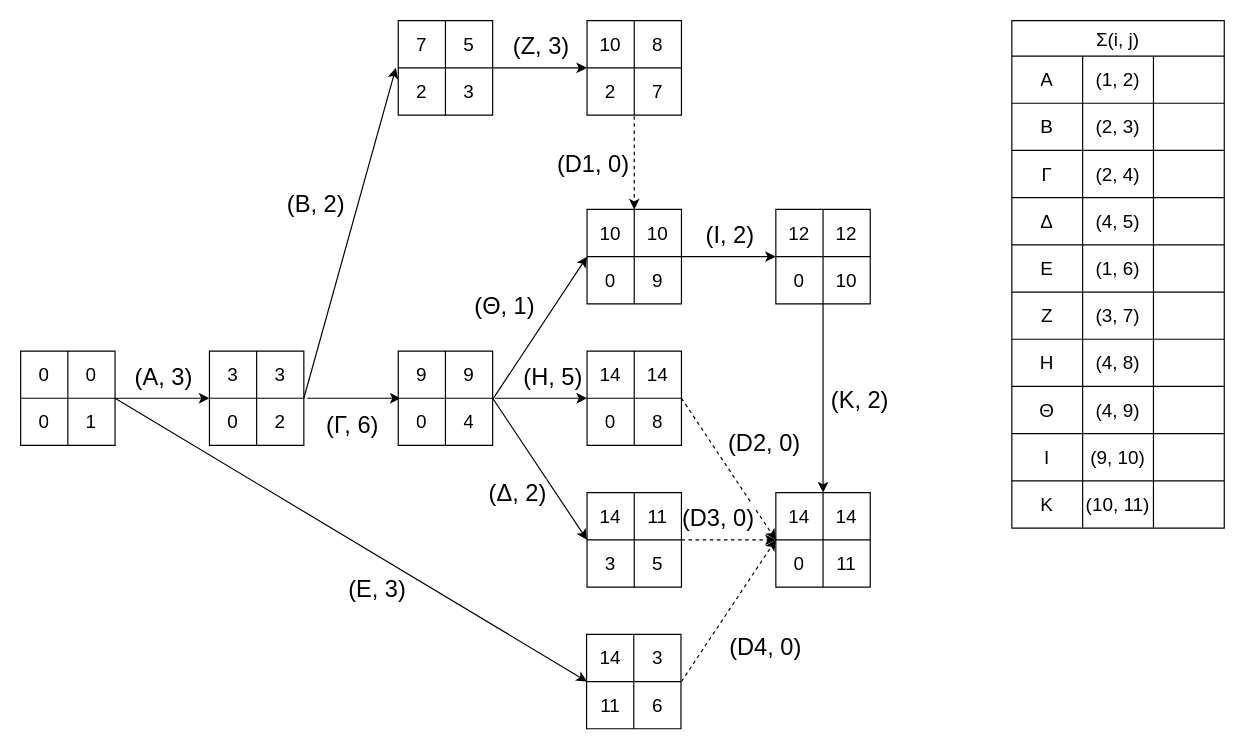
This is BI - task 4.drawio from asimakiskydros/University-Projects, a draw.io file, before an edit. Source tidied: cells renumbered, new cells numbered last; positions are measured from the earlier drawing's top-left corner, leaving out a move shared by most shapes. Both pictures are drawn from the tidied source at 118%, with x=0, y=0 at pixel (20, 20).
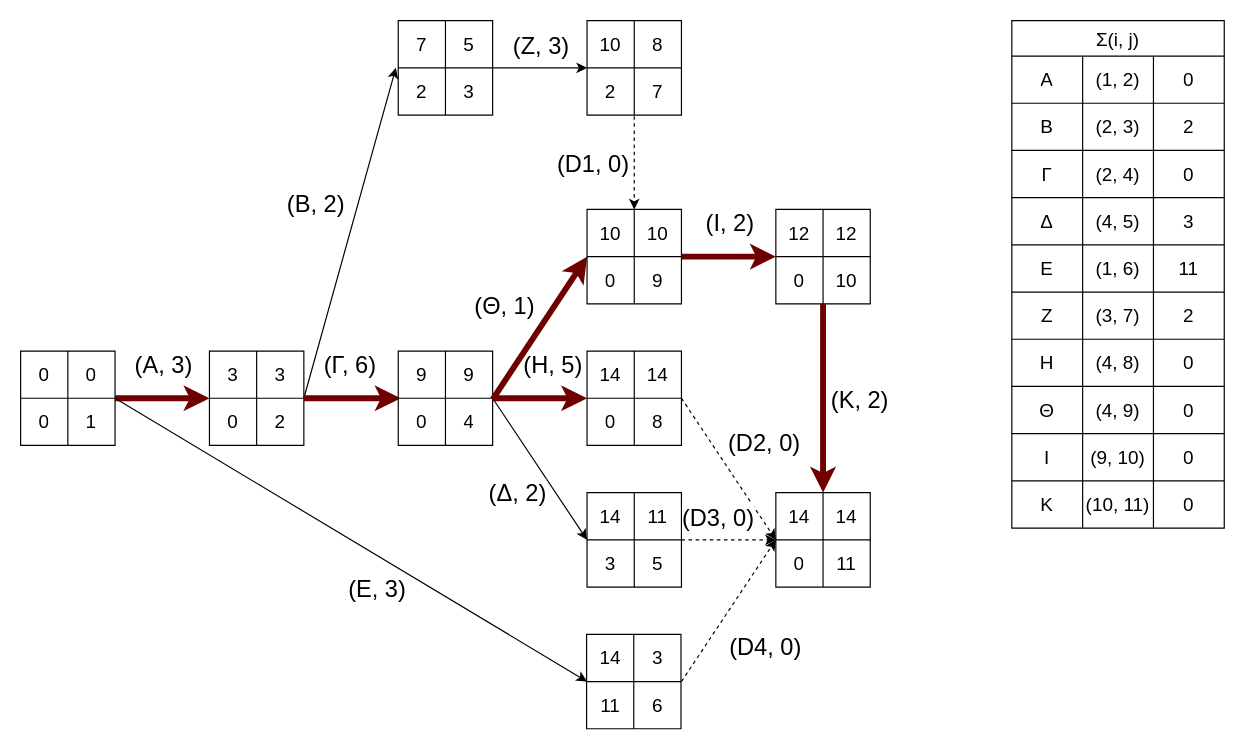
The same page after the edit.

The change refers to these unchanged cells:
```xml
<mxCell id="6" style="shape=tableRow;horizontal=0;startSize=0;swimlaneHead=0;swimlaneBody=0;strokeColor=inherit;top=0;left=0;bottom=0;right=0;fillColor=none;points=[[0,0.5],[1,0.5]];portConstraint=eastwest;fontSize=16;" parent="2" vertex="1">
  <mxGeometry y="40" width="80" height="40" as="geometry" />
</mxCell>
<mxCell id="13" style="shape=tableRow;horizontal=0;startSize=0;swimlaneHead=0;swimlaneBody=0;strokeColor=inherit;top=0;left=0;bottom=0;right=0;fillColor=none;points=[[0,0.5],[1,0.5]];portConstraint=eastwest;fontSize=16;" parent="9" vertex="1">
  <mxGeometry y="40" width="80" height="40" as="geometry" />
</mxCell>
<mxCell id="33" style="shape=tableRow;horizontal=0;startSize=0;swimlaneHead=0;swimlaneBody=0;strokeColor=inherit;top=0;left=0;bottom=0;right=0;fillColor=none;points=[[0,0.5],[1,0.5]];portConstraint=eastwest;fontSize=16;" parent="29" vertex="1">
  <mxGeometry y="40" width="80" height="40" as="geometry" />
</mxCell>
<mxCell id="89" style="shape=tableRow;horizontal=0;startSize=0;swimlaneHead=0;swimlaneBody=0;strokeColor=inherit;top=0;left=0;bottom=0;right=0;fillColor=none;points=[[0,0.5],[1,0.5]];portConstraint=eastwest;fontSize=16;" parent="85" vertex="1">
  <mxGeometry y="40" width="80" height="40" as="geometry" />
</mxCell>
<mxCell id="93" style="shape=tableRow;horizontal=0;startSize=0;swimlaneHead=0;swimlaneBody=0;strokeColor=inherit;top=0;left=0;bottom=0;right=0;fillColor=none;points=[[0,0.5],[1,0.5]];portConstraint=eastwest;fontSize=16;" parent="92" vertex="1">
  <mxGeometry width="80" height="40" as="geometry" />
</mxCell>
<mxCell id="108" style="shape=tableRow;horizontal=0;startSize=0;swimlaneHead=0;swimlaneBody=0;strokeColor=inherit;top=0;left=0;bottom=0;right=0;fillColor=none;fontSize=16;labelBackgroundColor=none;" parent="107" vertex="1">
  <mxGeometry y="30" width="180" height="40" as="geometry" />
</mxCell>
<mxCell id="112" style="shape=tableRow;horizontal=0;startSize=0;swimlaneHead=0;swimlaneBody=0;strokeColor=inherit;top=0;left=0;bottom=0;right=0;fillColor=none;fontSize=16;labelBackgroundColor=none;" parent="107" vertex="1">
  <mxGeometry y="70" width="180" height="40" as="geometry" />
</mxCell>
<mxCell id="116" style="shape=tableRow;horizontal=0;startSize=0;swimlaneHead=0;swimlaneBody=0;strokeColor=inherit;top=0;left=0;bottom=0;right=0;fillColor=none;fontSize=16;labelBackgroundColor=none;" parent="107" vertex="1">
  <mxGeometry y="110" width="180" height="40" as="geometry" />
</mxCell>
<mxCell id="120" style="shape=tableRow;horizontal=0;startSize=0;swimlaneHead=0;swimlaneBody=0;strokeColor=inherit;top=0;left=0;bottom=0;right=0;fillColor=none;fontSize=16;labelBackgroundColor=none;" parent="107" vertex="1">
  <mxGeometry y="150" width="180" height="40" as="geometry" />
</mxCell>
<mxCell id="124" style="shape=tableRow;horizontal=0;startSize=0;swimlaneHead=0;swimlaneBody=0;strokeColor=inherit;top=0;left=0;bottom=0;right=0;fillColor=none;fontSize=16;labelBackgroundColor=none;" parent="107" vertex="1">
  <mxGeometry y="190" width="180" height="40" as="geometry" />
</mxCell>
<mxCell id="128" style="shape=tableRow;horizontal=0;startSize=0;swimlaneHead=0;swimlaneBody=0;strokeColor=inherit;top=0;left=0;bottom=0;right=0;fillColor=none;fontSize=16;labelBackgroundColor=none;" parent="107" vertex="1">
  <mxGeometry y="230" width="180" height="40" as="geometry" />
</mxCell>
<mxCell id="132" style="shape=tableRow;horizontal=0;startSize=0;swimlaneHead=0;swimlaneBody=0;strokeColor=inherit;top=0;left=0;bottom=0;right=0;fillColor=none;fontSize=16;labelBackgroundColor=none;" parent="107" vertex="1">
  <mxGeometry y="270" width="180" height="40" as="geometry" />
</mxCell>
<mxCell id="136" style="shape=tableRow;horizontal=0;startSize=0;swimlaneHead=0;swimlaneBody=0;strokeColor=inherit;top=0;left=0;bottom=0;right=0;fillColor=none;fontSize=16;labelBackgroundColor=none;" parent="107" vertex="1">
  <mxGeometry y="310" width="180" height="40" as="geometry" />
</mxCell>
<mxCell id="140" style="shape=tableRow;horizontal=0;startSize=0;swimlaneHead=0;swimlaneBody=0;strokeColor=inherit;top=0;left=0;bottom=0;right=0;fillColor=none;fontSize=16;labelBackgroundColor=none;" parent="107" vertex="1">
  <mxGeometry y="350" width="180" height="40" as="geometry" />
</mxCell>
<mxCell id="144" style="shape=tableRow;horizontal=0;startSize=0;swimlaneHead=0;swimlaneBody=0;strokeColor=inherit;top=0;left=0;bottom=0;right=0;fillColor=none;fontSize=16;labelBackgroundColor=none;" parent="107" vertex="1">
  <mxGeometry y="390" width="180" height="40" as="geometry" />
</mxCell>
```

Change to the diagram source:
```diff
@@
-    <mxCell id="16" style="endArrow=classic;html=1;rounded=0;exitX=1;exitY=0;exitDx=0;exitDy=0;exitPerimeter=0;" parent="1" edge="1" source="6">
+    <mxCell id="16" style="endArrow=classic;html=1;rounded=0;exitX=1;exitY=0;exitDx=0;exitDy=0;exitPerimeter=0;fillColor=#a20025;strokeColor=#6F0000;strokeWidth=5;" parent="1" edge="1" source="6">
       <mxGeometry relative="1" as="geometry">
         <mxPoint x="160" y="320" as="targetPoint" />
       </mxGeometry>
     </mxCell>
     <mxCell id="17" value="(A, 3)" style="edgeLabel;html=1;align=center;verticalAlign=middle;fontSize=20;" parent="16" vertex="1">
       <mxGeometry x="0.3" relative="1" as="geometry">
-        <mxPoint x="-12" y="-20" as="offset" />
+        <mxPoint x="-12" y="-30" as="offset" />
       </mxGeometry>
     </mxCell>
@@
-    <mxCell id="20" style="endArrow=classic;html=1;rounded=0;fontSize=20;exitX=1.038;exitY=0;exitDx=0;exitDy=0;exitPerimeter=0;entryX=0.025;entryY=0;entryDx=0;entryDy=0;entryPerimeter=0;" parent="1" edge="1" source="13" target="33">
-      <mxGeometry relative="1" as="geometry" />
+    <mxCell id="20" style="endArrow=classic;html=1;rounded=0;fontSize=20;entryX=0.025;entryY=0;entryDx=0;entryDy=0;entryPerimeter=0;fillColor=#a20025;strokeColor=#6F0000;strokeWidth=5;" parent="1" edge="1" target="33">
+      <mxGeometry relative="1" as="geometry">
+        <mxPoint x="240" y="320" as="sourcePoint" />
+      </mxGeometry>
     </mxCell>
     <mxCell id="21" value="(Γ, 6)" style="edgeLabel;html=1;align=center;verticalAlign=middle;fontSize=20;" parent="20" vertex="1">
       <mxGeometry x="0.23" y="-1" relative="1" as="geometry">
-        <mxPoint x="-12" y="20" as="offset" />
+        <mxPoint x="-12" y="-31" as="offset" />
       </mxGeometry>
     </mxCell>
@@
-    <mxCell id="63" style="endArrow=classic;html=1;rounded=0;fontSize=20;exitX=1.025;exitY=0;exitDx=0;exitDy=0;exitPerimeter=0;" parent="1" edge="1" source="33">
+    <mxCell id="63" style="endArrow=classic;html=1;rounded=0;fontSize=20;fillColor=#a20025;strokeColor=#6F0000;strokeWidth=5;" parent="1" edge="1">
       <mxGeometry relative="1" as="geometry">
+        <mxPoint x="400" y="320" as="sourcePoint" />
         <mxPoint x="480" y="320" as="targetPoint" />
       </mxGeometry>
     </mxCell>
     <mxCell id="64" value="(Η, 5)" style="edgeLabel;html=1;align=center;verticalAlign=middle;fontSize=20;" parent="63" vertex="1">
       <mxGeometry x="0.54" relative="1" as="geometry">
-        <mxPoint x="-12" y="-20" as="offset" />
+        <mxPoint x="-12" y="-30" as="offset" />
       </mxGeometry>
     </mxCell>
@@
-    <mxCell id="72" style="endArrow=classic;html=1;rounded=0;fontSize=20;exitX=1;exitY=0.025;exitDx=0;exitDy=0;exitPerimeter=0;" parent="1" edge="1" source="33">
+    <mxCell id="72" style="endArrow=classic;html=1;rounded=0;fontSize=20;exitX=1;exitY=0.025;exitDx=0;exitDy=0;exitPerimeter=0;fillColor=#a20025;strokeColor=#6F0000;strokeWidth=5;" parent="1" edge="1" source="33">
       <mxGeometry relative="1" as="geometry">
         <mxPoint x="480" y="200" as="targetPoint" />
       </mxGeometry>
     </mxCell>
@@
-    <mxCell id="83" style="endArrow=classic;html=1;rounded=0;fontSize=20;" parent="1" edge="1">
+    <mxCell id="83" style="endArrow=classic;html=1;rounded=0;fontSize=20;fillColor=#a20025;strokeColor=#6F0000;strokeWidth=5;" parent="1" edge="1">
       <mxGeometry relative="1" as="geometry">
         <mxPoint x="560" y="200" as="sourcePoint" />
         <mxPoint x="640" y="200" as="targetPoint" />
       </mxGeometry>
     </mxCell>
     <mxCell id="84" value="(Ι, 2)" style="edgeLabel;html=1;align=center;verticalAlign=middle;fontSize=20;" parent="83" vertex="1">
       <mxGeometry x="0.33" y="1" relative="1" as="geometry">
-        <mxPoint x="-13" y="-19" as="offset" />
+        <mxPoint x="-13" y="-29" as="offset" />
       </mxGeometry>
     </mxCell>
@@
-    <mxCell id="99" style="endArrow=classic;html=1;rounded=0;fontSize=20;exitX=0.5;exitY=1;exitDx=0;exitDy=0;exitPerimeter=0;" parent="1" edge="1" source="89" target="93">
+    <mxCell id="99" style="endArrow=classic;html=1;rounded=0;fontSize=20;exitX=0.5;exitY=1;exitDx=0;exitDy=0;exitPerimeter=0;fillColor=#a20025;strokeColor=#6F0000;strokeWidth=5;" parent="1" edge="1" source="89" target="93">
       <mxGeometry relative="1" as="geometry" />
     </mxCell>
@@
-    <mxCell id="111" style="shape=partialRectangle;html=1;whiteSpace=wrap;strokeColor=inherit;overflow=hidden;fillColor=none;top=0;left=0;bottom=0;right=0;fontSize=16;labelBackgroundColor=none;" parent="108" vertex="1">
+    <mxCell id="111" value="0" style="shape=partialRectangle;html=1;whiteSpace=wrap;strokeColor=inherit;overflow=hidden;fillColor=none;top=0;left=0;bottom=0;right=0;fontSize=16;labelBackgroundColor=none;" parent="108" vertex="1">
       <mxGeometry x="120" width="60" height="40" as="geometry" />
     </mxCell>
@@
-    <mxCell id="115" style="shape=partialRectangle;html=1;whiteSpace=wrap;strokeColor=inherit;overflow=hidden;fillColor=none;top=0;left=0;bottom=0;right=0;fontSize=16;labelBackgroundColor=none;" parent="112" vertex="1">
+    <mxCell id="115" value="2" style="shape=partialRectangle;html=1;whiteSpace=wrap;strokeColor=inherit;overflow=hidden;fillColor=none;top=0;left=0;bottom=0;right=0;fontSize=16;labelBackgroundColor=none;" parent="112" vertex="1">
       <mxGeometry x="120" width="60" height="40" as="geometry" />
     </mxCell>
@@
-    <mxCell id="119" style="shape=partialRectangle;html=1;whiteSpace=wrap;strokeColor=inherit;overflow=hidden;fillColor=none;top=0;left=0;bottom=0;right=0;fontSize=16;labelBackgroundColor=none;" parent="116" vertex="1">
+    <mxCell id="119" value="0" style="shape=partialRectangle;html=1;whiteSpace=wrap;strokeColor=inherit;overflow=hidden;fillColor=none;top=0;left=0;bottom=0;right=0;fontSize=16;labelBackgroundColor=none;" parent="116" vertex="1">
       <mxGeometry x="120" width="60" height="40" as="geometry" />
     </mxCell>
@@
-    <mxCell id="123" style="shape=partialRectangle;html=1;whiteSpace=wrap;strokeColor=inherit;overflow=hidden;fillColor=none;top=0;left=0;bottom=0;right=0;fontSize=16;labelBackgroundColor=none;" parent="120" vertex="1">
+    <mxCell id="123" value="3" style="shape=partialRectangle;html=1;whiteSpace=wrap;strokeColor=inherit;overflow=hidden;fillColor=none;top=0;left=0;bottom=0;right=0;fontSize=16;labelBackgroundColor=none;" parent="120" vertex="1">
       <mxGeometry x="120" width="60" height="40" as="geometry" />
     </mxCell>
@@
-    <mxCell id="127" style="shape=partialRectangle;html=1;whiteSpace=wrap;strokeColor=inherit;overflow=hidden;fillColor=none;top=0;left=0;bottom=0;right=0;fontSize=16;labelBackgroundColor=none;" parent="124" vertex="1">
+    <mxCell id="127" value="11" style="shape=partialRectangle;html=1;whiteSpace=wrap;strokeColor=inherit;overflow=hidden;fillColor=none;top=0;left=0;bottom=0;right=0;fontSize=16;labelBackgroundColor=none;" parent="124" vertex="1">
       <mxGeometry x="120" width="60" height="40" as="geometry" />
     </mxCell>
@@
-    <mxCell id="131" style="shape=partialRectangle;html=1;whiteSpace=wrap;strokeColor=inherit;overflow=hidden;fillColor=none;top=0;left=0;bottom=0;right=0;fontSize=16;labelBackgroundColor=none;" parent="128" vertex="1">
+    <mxCell id="131" value="2" style="shape=partialRectangle;html=1;whiteSpace=wrap;strokeColor=inherit;overflow=hidden;fillColor=none;top=0;left=0;bottom=0;right=0;fontSize=16;labelBackgroundColor=none;" parent="128" vertex="1">
       <mxGeometry x="120" width="60" height="40" as="geometry" />
     </mxCell>
@@
-    <mxCell id="135" style="shape=partialRectangle;html=1;whiteSpace=wrap;strokeColor=inherit;overflow=hidden;fillColor=none;top=0;left=0;bottom=0;right=0;fontSize=16;labelBackgroundColor=none;" parent="132" vertex="1">
+    <mxCell id="135" value="0" style="shape=partialRectangle;html=1;whiteSpace=wrap;strokeColor=inherit;overflow=hidden;fillColor=none;top=0;left=0;bottom=0;right=0;fontSize=16;labelBackgroundColor=none;" parent="132" vertex="1">
       <mxGeometry x="120" width="60" height="40" as="geometry" />
     </mxCell>
@@
-    <mxCell id="139" style="shape=partialRectangle;html=1;whiteSpace=wrap;strokeColor=inherit;overflow=hidden;fillColor=none;top=0;left=0;bottom=0;right=0;fontSize=16;labelBackgroundColor=none;" parent="136" vertex="1">
+    <mxCell id="139" value="0" style="shape=partialRectangle;html=1;whiteSpace=wrap;strokeColor=inherit;overflow=hidden;fillColor=none;top=0;left=0;bottom=0;right=0;fontSize=16;labelBackgroundColor=none;" parent="136" vertex="1">
       <mxGeometry x="120" width="60" height="40" as="geometry" />
     </mxCell>
@@
-    <mxCell id="143" style="shape=partialRectangle;html=1;whiteSpace=wrap;strokeColor=inherit;overflow=hidden;fillColor=none;top=0;left=0;bottom=0;right=0;fontSize=16;labelBackgroundColor=none;" parent="140" vertex="1">
+    <mxCell id="143" value="0" style="shape=partialRectangle;html=1;whiteSpace=wrap;strokeColor=inherit;overflow=hidden;fillColor=none;top=0;left=0;bottom=0;right=0;fontSize=16;labelBackgroundColor=none;" parent="140" vertex="1">
       <mxGeometry x="120" width="60" height="40" as="geometry" />
     </mxCell>
@@
-    <mxCell id="147" style="shape=partialRectangle;html=1;whiteSpace=wrap;strokeColor=inherit;overflow=hidden;fillColor=none;top=0;left=0;bottom=0;right=0;fontSize=16;labelBackgroundColor=none;" parent="144" vertex="1">
+    <mxCell id="147" value="0" style="shape=partialRectangle;html=1;whiteSpace=wrap;strokeColor=inherit;overflow=hidden;fillColor=none;top=0;left=0;bottom=0;right=0;fontSize=16;labelBackgroundColor=none;" parent="144" vertex="1">
       <mxGeometry x="120" width="60" height="40" as="geometry" />
     </mxCell>
```
